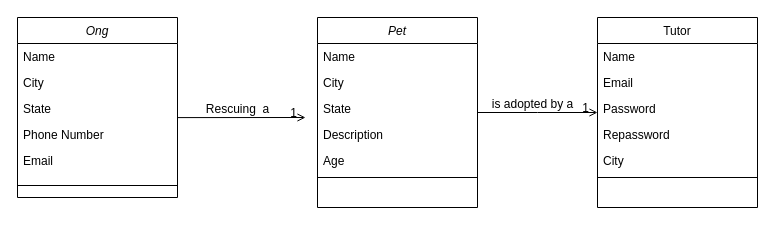
Before: Api_Pet_Bussines.drawio in Gabrielbprado/Adopt-Pet.Api, a draw.io diagram. Source tidied: cells renumbered, new cells numbered last; positions are measured from the earlier drawing's top-left corner, leaving out a move shared by most shapes. Both pictures are drawn from the tidied source at 100%, with x=0, y=0 at pixel (17, 17).
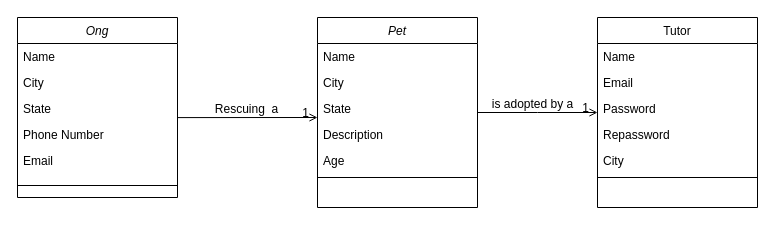
After the change.

The change refers to these unchanged cells:
```xml
<mxCell id="2" value="Pet" style="swimlane;fontStyle=2;align=center;verticalAlign=top;horizontal=1;startSize=26;rounded=0;shadow=0;strokeWidth=1;" parent="1" vertex="1">
  <mxGeometry x="300" width="160" height="190" as="geometry" />
</mxCell>
```

What changed in the source:
```diff
@@
-    <mxCell id="26" style="endArrow=open;shadow=0;strokeWidth=1;rounded=0;endFill=1;edgeStyle=elbowEdgeStyle;elbow=vertical;" parent="1" edge="1">
+    <mxCell id="26" style="endArrow=open;shadow=0;strokeWidth=1;rounded=0;endFill=1;edgeStyle=elbowEdgeStyle;elbow=vertical;" parent="1" edge="1" target="2">
       <mxGeometry x="0.5" y="41" relative="1" as="geometry">
         <mxPoint x="160" y="100.1" as="sourcePoint" />
-        <mxPoint x="288" y="100.1" as="targetPoint" />
         <mxPoint x="-40" y="32" as="offset" />
       </mxGeometry>
     </mxCell>
```
